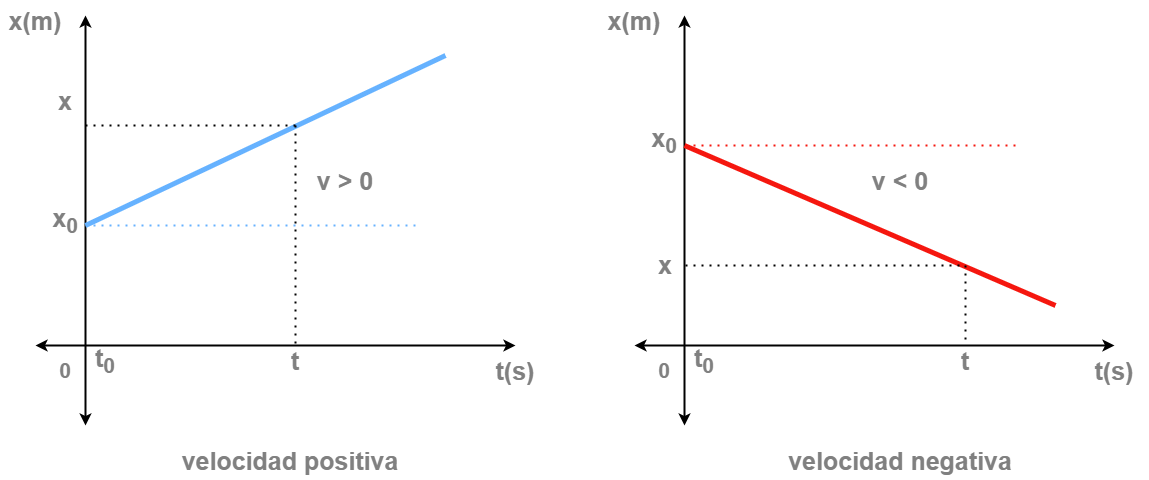
The draw.io diagram webComponents/IMG/gift/Posición.png in Aspg97/XRMRU, before a commit. Source tidied: cells renumbered, new cells last; positions are measured from the earlier drawing's top-left corner, leaving out a move shared by most shapes.
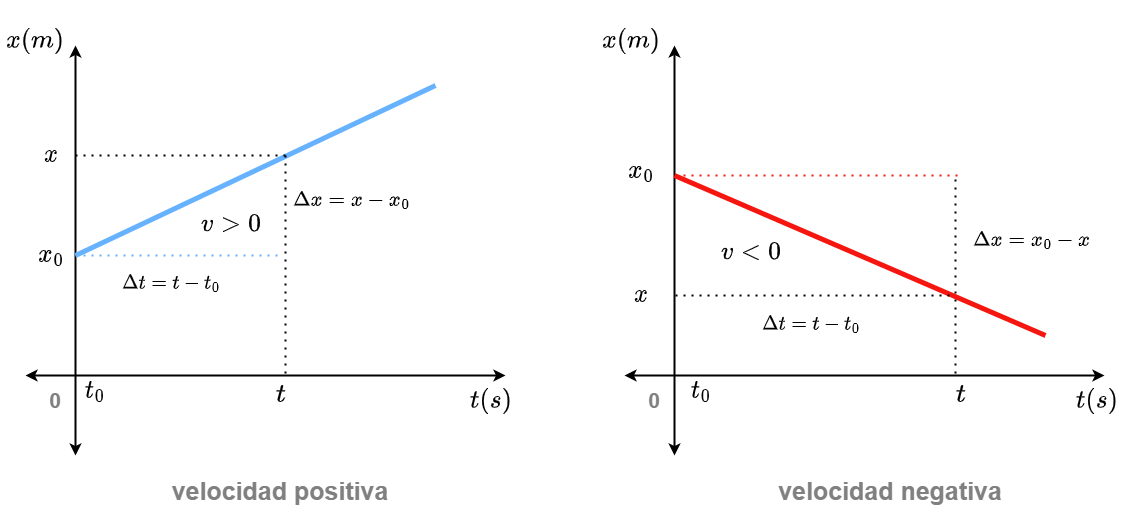
Above is the later version.

Diff of the diagram source:
```diff
@@ -1,132 +1,144 @@
-<mxGraphModel>
+<mxGraphModel math="1">
   <root>
     <mxCell id="0" />
     <mxCell id="1" parent="0" />
-    <mxCell id="2" style="endArrow=classic;startArrow=classic;html=1;rounded=0;strokeWidth=2;" parent="1" edge="1">
-      <mxGeometry relative="1" as="geometry">
-        <mxPoint x="80" y="420" as="sourcePoint" />
-        <mxPoint x="80" y="10" as="targetPoint" />
-      </mxGeometry>
-    </mxCell>
-    <mxCell id="3" style="endArrow=classic;startArrow=classic;html=1;rounded=0;strokeWidth=2;" parent="1" edge="1">
-      <mxGeometry relative="1" as="geometry">
-        <mxPoint x="30" y="340" as="sourcePoint" />
-        <mxPoint x="510" y="340" as="targetPoint" />
-      </mxGeometry>
-    </mxCell>
-    <mxCell id="4" style="endArrow=none;html=1;rounded=0;strokeColor=#66B2FF;strokeWidth=5;" parent="1" edge="1">
-      <mxGeometry relative="1" as="geometry">
-        <mxPoint x="80" y="220" as="sourcePoint" />
-        <mxPoint x="440" y="50" as="targetPoint" />
-      </mxGeometry>
-    </mxCell>
-    <mxCell id="5" value="0" style="text;html=1;strokeColor=none;fillColor=none;align=center;verticalAlign=middle;whiteSpace=wrap;rounded=0;fontSize=21;fontColor=#808080;fontStyle=1;" parent="1" vertex="1">
-      <mxGeometry x="30" y="350" width="60" height="30" as="geometry" />
-    </mxCell>
-    <mxCell id="6" value="x" style="text;html=1;strokeColor=none;fillColor=none;align=center;verticalAlign=middle;whiteSpace=wrap;rounded=0;fontSize=25;fontColor=#808080;fontStyle=1;" parent="1" vertex="1">
-      <mxGeometry x="30" y="80" width="60" height="30" as="geometry" />
-    </mxCell>
-    <mxCell id="7" value="x(m)" style="text;html=1;strokeColor=none;fillColor=none;align=center;verticalAlign=middle;whiteSpace=wrap;rounded=0;fontSize=25;fontColor=#808080;fontStyle=1;" parent="1" vertex="1">
-      <mxGeometry width="60" height="30" as="geometry" />
-    </mxCell>
-    <mxCell id="8" value="t(s)" style="text;html=1;strokeColor=none;fillColor=none;align=center;verticalAlign=middle;whiteSpace=wrap;rounded=0;fontSize=25;fontColor=#808080;fontStyle=1;" parent="1" vertex="1">
-      <mxGeometry x="480" y="350" width="60" height="30" as="geometry" />
-    </mxCell>
-    <mxCell id="9" value="t&lt;sub&gt;0&lt;/sub&gt;" style="text;html=1;strokeColor=none;fillColor=none;align=center;verticalAlign=middle;whiteSpace=wrap;rounded=0;fontSize=25;fontColor=#808080;fontStyle=1;" parent="1" vertex="1">
-      <mxGeometry x="70" y="340" width="60" height="30" as="geometry" />
-    </mxCell>
+    <mxCell id="32" style="endArrow=classic;startArrow=classic;html=1;rounded=0;strokeWidth=2;" parent="1" edge="1">
+      <mxGeometry relative="1" as="geometry">
+        <mxPoint x="80" y="420" as="sourcePoint" />
+        <mxPoint x="80" y="10" as="targetPoint" />
+      </mxGeometry>
+    </mxCell>
+    <mxCell id="33" style="endArrow=classic;startArrow=classic;html=1;rounded=0;strokeWidth=2;" parent="1" edge="1">
+      <mxGeometry relative="1" as="geometry">
+        <mxPoint x="30" y="340" as="sourcePoint" />
+        <mxPoint x="510" y="340" as="targetPoint" />
+      </mxGeometry>
+    </mxCell>
+    <mxCell id="34" style="endArrow=none;html=1;rounded=0;strokeColor=#66B2FF;strokeWidth=5;" parent="1" edge="1">
+      <mxGeometry relative="1" as="geometry">
+        <mxPoint x="80" y="220" as="sourcePoint" />
+        <mxPoint x="440" y="50" as="targetPoint" />
+      </mxGeometry>
+    </mxCell>
+    <mxCell id="35" value="0" style="text;html=1;strokeColor=none;fillColor=none;align=center;verticalAlign=middle;whiteSpace=wrap;rounded=0;fontSize=21;fontColor=#808080;fontStyle=1;" parent="1" vertex="1">
+      <mxGeometry x="30" y="350" width="60" height="30" as="geometry" />
+    </mxCell>
     <mxCell id="10" value="velocidad positiva" style="text;html=1;strokeColor=none;fillColor=none;align=center;verticalAlign=middle;whiteSpace=wrap;rounded=0;fontSize=25;fontColor=#808080;fontStyle=1;" parent="1" vertex="1">
       <mxGeometry x="170" y="440" width="230" height="30" as="geometry" />
     </mxCell>
     <mxCell id="11" value="velocidad negativa" style="text;html=1;strokeColor=none;fillColor=none;align=center;verticalAlign=middle;whiteSpace=wrap;rounded=0;fontSize=25;fontColor=#808080;fontStyle=1;" parent="1" vertex="1">
       <mxGeometry x="780" y="440" width="230" height="30" as="geometry" />
     </mxCell>
-    <mxCell id="12" style="endArrow=classic;startArrow=classic;html=1;rounded=0;strokeWidth=2;" parent="1" edge="1">
-      <mxGeometry relative="1" as="geometry">
-        <mxPoint x="679" y="420" as="sourcePoint" />
-        <mxPoint x="679" y="10" as="targetPoint" />
-      </mxGeometry>
-    </mxCell>
-    <mxCell id="13" style="endArrow=classic;startArrow=classic;html=1;rounded=0;strokeWidth=2;" parent="1" edge="1">
-      <mxGeometry relative="1" as="geometry">
-        <mxPoint x="629" y="340" as="sourcePoint" />
-        <mxPoint x="1109" y="340" as="targetPoint" />
-      </mxGeometry>
-    </mxCell>
-    <mxCell id="14" style="endArrow=none;html=1;rounded=0;strokeColor=#F5170F;strokeWidth=5;" parent="1" edge="1">
-      <mxGeometry relative="1" as="geometry">
-        <mxPoint x="679" y="140" as="sourcePoint" />
-        <mxPoint x="1050" y="300" as="targetPoint" />
-      </mxGeometry>
-    </mxCell>
-    <mxCell id="15" value="0" style="text;html=1;strokeColor=none;fillColor=none;align=center;verticalAlign=middle;whiteSpace=wrap;rounded=0;fontSize=21;fontColor=#808080;fontStyle=1;" parent="1" vertex="1">
-      <mxGeometry x="629" y="350" width="60" height="30" as="geometry" />
-    </mxCell>
-    <mxCell id="16" value="x(m)" style="text;html=1;strokeColor=none;fillColor=none;align=center;verticalAlign=middle;whiteSpace=wrap;rounded=0;fontSize=25;fontColor=#808080;fontStyle=1;" parent="1" vertex="1">
-      <mxGeometry x="599" width="60" height="30" as="geometry" />
-    </mxCell>
-    <mxCell id="17" value="t(s)" style="text;html=1;strokeColor=none;fillColor=none;align=center;verticalAlign=middle;whiteSpace=wrap;rounded=0;fontSize=25;fontColor=#808080;fontStyle=1;" parent="1" vertex="1">
-      <mxGeometry x="1079" y="350" width="60" height="30" as="geometry" />
-    </mxCell>
-    <mxCell id="18" value="t&lt;sub&gt;0&lt;/sub&gt;" style="text;html=1;strokeColor=none;fillColor=none;align=center;verticalAlign=middle;whiteSpace=wrap;rounded=0;fontSize=25;fontColor=#808080;fontStyle=1;" parent="1" vertex="1">
-      <mxGeometry x="669" y="340" width="60" height="30" as="geometry" />
-    </mxCell>
-    <mxCell id="19" style="endArrow=none;dashed=1;html=1;dashPattern=1 3;strokeWidth=2;rounded=0;strokeColor=#66B2FF;" parent="1" edge="1">
-      <mxGeometry relative="1" as="geometry">
-        <mxPoint x="80" y="220" as="sourcePoint" />
-        <mxPoint x="410" y="220" as="targetPoint" />
-      </mxGeometry>
-    </mxCell>
-    <mxCell id="20" style="endArrow=none;dashed=1;html=1;dashPattern=1 3;strokeWidth=2;rounded=0;" parent="1" edge="1">
-      <mxGeometry relative="1" as="geometry">
-        <mxPoint x="290" y="120" as="sourcePoint" />
-        <mxPoint x="290" y="340" as="targetPoint" />
-      </mxGeometry>
-    </mxCell>
-    <mxCell id="21" style="endArrow=none;dashed=1;html=1;dashPattern=1 3;strokeWidth=2;rounded=0;" parent="1" edge="1">
-      <mxGeometry relative="1" as="geometry">
-        <mxPoint x="80" y="120" as="sourcePoint" />
-        <mxPoint x="290" y="120" as="targetPoint" />
-      </mxGeometry>
-    </mxCell>
-    <mxCell id="22" value="t" style="text;html=1;strokeColor=none;fillColor=none;align=center;verticalAlign=middle;whiteSpace=wrap;rounded=0;fontSize=25;fontColor=#808080;fontStyle=1;" parent="1" vertex="1">
-      <mxGeometry x="260" y="340" width="60" height="30" as="geometry" />
-    </mxCell>
-    <mxCell id="23" value="x&lt;sub&gt;0&lt;/sub&gt;" style="text;html=1;strokeColor=none;fillColor=none;align=center;verticalAlign=middle;whiteSpace=wrap;rounded=0;fontSize=25;fontColor=#808080;fontStyle=1;" parent="1" vertex="1">
-      <mxGeometry x="30" y="200" width="60" height="30" as="geometry" />
-    </mxCell>
-    <mxCell id="24" style="endArrow=none;dashed=1;html=1;dashPattern=1 3;strokeWidth=2;rounded=0;strokeColor=#F5170F;" parent="1" edge="1">
-      <mxGeometry relative="1" as="geometry">
-        <mxPoint x="680" y="140" as="sourcePoint" />
-        <mxPoint x="1010" y="140" as="targetPoint" />
-      </mxGeometry>
-    </mxCell>
-    <mxCell id="25" style="endArrow=none;dashed=1;html=1;dashPattern=1 3;strokeWidth=2;rounded=0;" parent="1" edge="1">
-      <mxGeometry relative="1" as="geometry">
-        <mxPoint x="680" y="260" as="sourcePoint" />
-        <mxPoint x="960" y="260" as="targetPoint" />
-      </mxGeometry>
-    </mxCell>
-    <mxCell id="26" style="endArrow=none;dashed=1;html=1;dashPattern=1 3;strokeWidth=2;rounded=0;" parent="1" edge="1">
-      <mxGeometry relative="1" as="geometry">
-        <mxPoint x="960" y="260" as="sourcePoint" />
-        <mxPoint x="960" y="340" as="targetPoint" />
-      </mxGeometry>
-    </mxCell>
-    <mxCell id="27" value="x&lt;sub&gt;0&lt;/sub&gt;" style="text;html=1;strokeColor=none;fillColor=none;align=center;verticalAlign=middle;whiteSpace=wrap;rounded=0;fontSize=25;fontColor=#808080;fontStyle=1;" parent="1" vertex="1">
-      <mxGeometry x="629" y="120" width="60" height="30" as="geometry" />
-    </mxCell>
-    <mxCell id="28" value="x" style="text;html=1;strokeColor=none;fillColor=none;align=center;verticalAlign=middle;whiteSpace=wrap;rounded=0;fontSize=25;fontColor=#808080;fontStyle=1;" parent="1" vertex="1">
-      <mxGeometry x="630" y="244" width="60" height="30" as="geometry" />
-    </mxCell>
-    <mxCell id="29" value="t" style="text;html=1;strokeColor=none;fillColor=none;align=center;verticalAlign=middle;whiteSpace=wrap;rounded=0;fontSize=25;fontColor=#808080;fontStyle=1;" parent="1" vertex="1">
-      <mxGeometry x="930" y="340" width="60" height="30" as="geometry" />
-    </mxCell>
-    <mxCell id="30" value="v &amp;gt; 0" style="text;html=1;strokeColor=none;fillColor=none;align=center;verticalAlign=middle;whiteSpace=wrap;rounded=0;fontSize=25;fontColor=#808080;fontStyle=1;" parent="1" vertex="1">
-      <mxGeometry x="310" y="160" width="60" height="30" as="geometry" />
-    </mxCell>
-    <mxCell id="31" value="v &amp;lt; 0" style="text;html=1;strokeColor=none;fillColor=none;align=center;verticalAlign=middle;whiteSpace=wrap;rounded=0;fontSize=25;fontColor=#808080;fontStyle=1;" parent="1" vertex="1">
-      <mxGeometry x="865" y="160" width="60" height="30" as="geometry" />
-    </mxCell>
+    <mxCell id="36" style="endArrow=classic;startArrow=classic;html=1;rounded=0;strokeWidth=2;" parent="1" edge="1">
+      <mxGeometry relative="1" as="geometry">
+        <mxPoint x="679" y="420" as="sourcePoint" />
+        <mxPoint x="679" y="10" as="targetPoint" />
+      </mxGeometry>
+    </mxCell>
+    <mxCell id="37" style="endArrow=classic;startArrow=classic;html=1;rounded=0;strokeWidth=2;" parent="1" edge="1">
+      <mxGeometry relative="1" as="geometry">
+        <mxPoint x="629" y="340" as="sourcePoint" />
+        <mxPoint x="1109" y="340" as="targetPoint" />
+      </mxGeometry>
+    </mxCell>
+    <mxCell id="38" style="endArrow=none;html=1;rounded=0;strokeColor=#F5170F;strokeWidth=5;" parent="1" edge="1">
+      <mxGeometry relative="1" as="geometry">
+        <mxPoint x="679" y="140" as="sourcePoint" />
+        <mxPoint x="1050" y="300" as="targetPoint" />
+      </mxGeometry>
+    </mxCell>
+    <mxCell id="39" value="0" style="text;html=1;strokeColor=none;fillColor=none;align=center;verticalAlign=middle;whiteSpace=wrap;rounded=0;fontSize=21;fontColor=#808080;fontStyle=1;" parent="1" vertex="1">
+      <mxGeometry x="629" y="350" width="60" height="30" as="geometry" />
+    </mxCell>
+    <mxCell id="40" style="endArrow=none;dashed=1;html=1;dashPattern=1 3;strokeWidth=2;rounded=0;strokeColor=#66B2FF;" parent="1" edge="1">
+      <mxGeometry relative="1" as="geometry">
+        <mxPoint x="80" y="220" as="sourcePoint" />
+        <mxPoint x="286" y="220" as="targetPoint" />
+      </mxGeometry>
+    </mxCell>
+    <mxCell id="41" style="endArrow=none;dashed=1;html=1;dashPattern=1 3;strokeWidth=2;rounded=0;" parent="1" edge="1">
+      <mxGeometry relative="1" as="geometry">
+        <mxPoint x="290" y="120" as="sourcePoint" />
+        <mxPoint x="290" y="340" as="targetPoint" />
+      </mxGeometry>
+    </mxCell>
+    <mxCell id="42" style="endArrow=none;dashed=1;html=1;dashPattern=1 3;strokeWidth=2;rounded=0;" parent="1" edge="1">
+      <mxGeometry relative="1" as="geometry">
+        <mxPoint x="80" y="120" as="sourcePoint" />
+        <mxPoint x="290" y="120" as="targetPoint" />
+      </mxGeometry>
+    </mxCell>
+    <mxCell id="43" style="endArrow=none;dashed=1;html=1;dashPattern=1 3;strokeWidth=2;rounded=0;strokeColor=#F5170F;" parent="1" edge="1">
+      <mxGeometry relative="1" as="geometry">
+        <mxPoint x="680" y="140" as="sourcePoint" />
+        <mxPoint x="966" y="140" as="targetPoint" />
+      </mxGeometry>
+    </mxCell>
+    <mxCell id="44" style="endArrow=none;dashed=1;html=1;dashPattern=1 3;strokeWidth=2;rounded=0;" parent="1" edge="1">
+      <mxGeometry relative="1" as="geometry">
+        <mxPoint x="680" y="260" as="sourcePoint" />
+        <mxPoint x="960" y="260" as="targetPoint" />
+      </mxGeometry>
+    </mxCell>
+    <mxCell id="45" style="endArrow=none;dashed=1;html=1;dashPattern=1 3;strokeWidth=2;rounded=0;" parent="1" edge="1">
+      <mxGeometry relative="1" as="geometry">
+        <mxPoint x="960" y="144" as="sourcePoint" />
+        <mxPoint x="960" y="340" as="targetPoint" />
+      </mxGeometry>
+    </mxCell>
+    <mxCell id="46" value="$$\Delta x=x-x_{0}$$" style="text;html=1;strokeColor=none;fillColor=none;align=center;verticalAlign=middle;whiteSpace=wrap;rounded=0;fontColor=#000000;fontStyle=1;fontSize=18;" parent="1" vertex="1">
+      <mxGeometry x="326" y="150" width="60" height="30" as="geometry" />
+    </mxCell>
+    <mxCell id="47" value="$$x(m)$$" style="text;html=1;strokeColor=none;fillColor=none;align=center;verticalAlign=middle;whiteSpace=wrap;rounded=0;fontColor=#000000;fontStyle=1;fontSize=22;" parent="1" vertex="1">
+      <mxGeometry x="10" y="-10" width="60" height="30" as="geometry" />
+    </mxCell>
+    <mxCell id="48" value="$$t(s)$$" style="text;html=1;strokeColor=none;fillColor=none;align=center;verticalAlign=middle;whiteSpace=wrap;rounded=0;fontColor=#000000;fontStyle=1;fontSize=22;" parent="1" vertex="1">
+      <mxGeometry x="466" y="350" width="60" height="30" as="geometry" />
+    </mxCell>
+    <mxCell id="49" value="$$x$$" style="text;html=1;strokeColor=none;fillColor=none;align=center;verticalAlign=middle;whiteSpace=wrap;rounded=0;fontColor=#000000;fontStyle=1;fontSize=22;" parent="1" vertex="1">
+      <mxGeometry x="26" y="104" width="60" height="30" as="geometry" />
+    </mxCell>
+    <mxCell id="50" value="$$x_{0}$$" style="text;html=1;strokeColor=none;fillColor=none;align=center;verticalAlign=middle;whiteSpace=wrap;rounded=0;fontColor=#000000;fontStyle=1;fontSize=22;" parent="1" vertex="1">
+      <mxGeometry x="26" y="204" width="60" height="30" as="geometry" />
+    </mxCell>
+    <mxCell id="51" value="$$v&amp;gt;0$$" style="text;html=1;strokeColor=none;fillColor=none;align=center;verticalAlign=middle;whiteSpace=wrap;rounded=0;fontColor=#000000;fontStyle=1;fontSize=22;" parent="1" vertex="1">
+      <mxGeometry x="206" y="174" width="60" height="30" as="geometry" />
+    </mxCell>
+    <mxCell id="52" value="$$t$$" style="text;html=1;strokeColor=none;fillColor=none;align=center;verticalAlign=middle;whiteSpace=wrap;rounded=0;fontColor=#000000;fontStyle=1;fontSize=22;" parent="1" vertex="1">
+      <mxGeometry x="256" y="344" width="60" height="30" as="geometry" />
+    </mxCell>
+    <mxCell id="53" value="$$t_{0}$$" style="text;html=1;strokeColor=none;fillColor=none;align=center;verticalAlign=middle;whiteSpace=wrap;rounded=0;fontColor=#000000;fontStyle=1;fontSize=22;" parent="1" vertex="1">
+      <mxGeometry x="70" y="340" width="60" height="30" as="geometry" />
+    </mxCell>
+    <mxCell id="54" value="$$\Delta x=x_{0}-x$$" style="text;html=1;strokeColor=none;fillColor=none;align=center;verticalAlign=middle;whiteSpace=wrap;rounded=0;fontColor=#000000;fontStyle=1;fontSize=18;" parent="1" vertex="1">
+      <mxGeometry x="1006" y="190" width="60" height="30" as="geometry" />
+    </mxCell>
+    <mxCell id="55" value="$$\Delta t=t-t_{0}$$" style="text;html=1;strokeColor=none;fillColor=none;align=center;verticalAlign=middle;whiteSpace=wrap;rounded=0;fontColor=#000000;fontStyle=1;fontSize=17;" parent="1" vertex="1">
+      <mxGeometry x="146" y="233" width="60" height="30" as="geometry" />
+    </mxCell>
+    <mxCell id="56" value="$$\Delta t=t-t_{0}$$" style="text;html=1;strokeColor=none;fillColor=none;align=center;verticalAlign=middle;whiteSpace=wrap;rounded=0;fontColor=#000000;fontStyle=1;fontSize=17;" parent="1" vertex="1">
+      <mxGeometry x="786" y="274" width="60" height="30" as="geometry" />
+    </mxCell>
+    <mxCell id="57" value="$$v&amp;lt;0$$" style="text;html=1;strokeColor=none;fillColor=none;align=center;verticalAlign=middle;whiteSpace=wrap;rounded=0;fontColor=#000000;fontStyle=1;fontSize=22;" parent="1" vertex="1">
+      <mxGeometry x="726" y="202" width="60" height="30" as="geometry" />
+    </mxCell>
+    <mxCell id="58" value="$$x(m)$$" style="text;html=1;strokeColor=none;fillColor=none;align=center;verticalAlign=middle;whiteSpace=wrap;rounded=0;fontColor=#000000;fontStyle=1;fontSize=22;" parent="1" vertex="1">
+      <mxGeometry x="606" y="-10" width="60" height="30" as="geometry" />
+    </mxCell>
+    <mxCell id="59" value="$$x_{0}$$" style="text;html=1;strokeColor=none;fillColor=none;align=center;verticalAlign=middle;whiteSpace=wrap;rounded=0;fontColor=#000000;fontStyle=1;fontSize=22;" parent="1" vertex="1">
+      <mxGeometry x="616" y="120" width="60" height="30" as="geometry" />
+    </mxCell>
+    <mxCell id="60" value="$$x$$" style="text;html=1;strokeColor=none;fillColor=none;align=center;verticalAlign=middle;whiteSpace=wrap;rounded=0;fontColor=#000000;fontStyle=1;fontSize=22;" parent="1" vertex="1">
+      <mxGeometry x="616" y="244" width="60" height="30" as="geometry" />
+    </mxCell>
+    <mxCell id="61" value="$$t(s)$$" style="text;html=1;strokeColor=none;fillColor=none;align=center;verticalAlign=middle;whiteSpace=wrap;rounded=0;fontColor=#000000;fontStyle=1;fontSize=22;" parent="1" vertex="1">
+      <mxGeometry x="1072" y="350" width="60" height="30" as="geometry" />
+    </mxCell>
+    <mxCell id="62" value="$$t$$" style="text;html=1;strokeColor=none;fillColor=none;align=center;verticalAlign=middle;whiteSpace=wrap;rounded=0;fontColor=#000000;fontStyle=1;fontSize=22;" parent="1" vertex="1">
+      <mxGeometry x="936" y="344" width="60" height="30" as="geometry" />
+    </mxCell>
+    <mxCell id="63" value="$$t_{0}$$" style="text;html=1;strokeColor=none;fillColor=none;align=center;verticalAlign=middle;whiteSpace=wrap;rounded=0;fontColor=#000000;fontStyle=1;fontSize=22;" parent="1" vertex="1">
+      <mxGeometry x="676" y="340" width="60" height="30" as="geometry" />
+    </mxCell>
   </root>
 </mxGraphModel>
```
